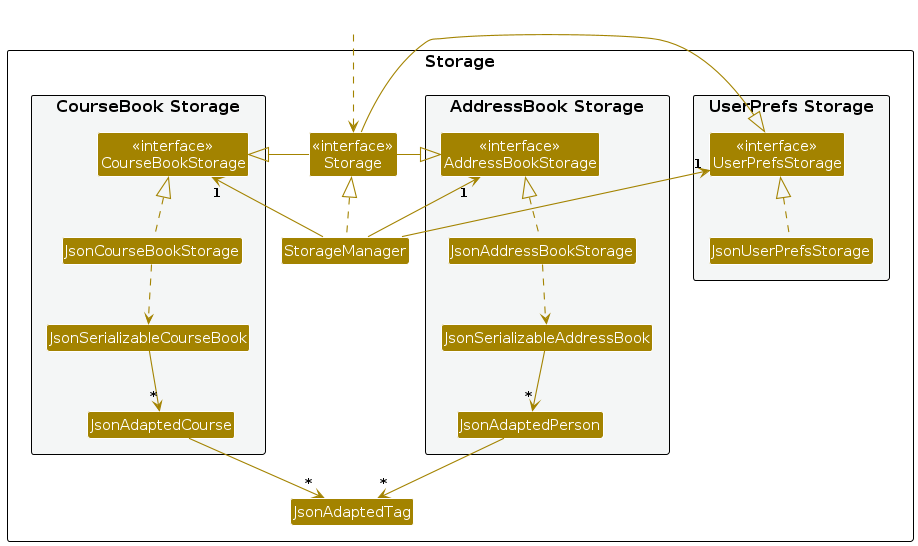
Before: diagrams/StorageClassDiagram.png, a diagram exported from PlantUML (Beastarz/tp). Its source is kept beside it as diagrams/StorageClassDiagram.puml.
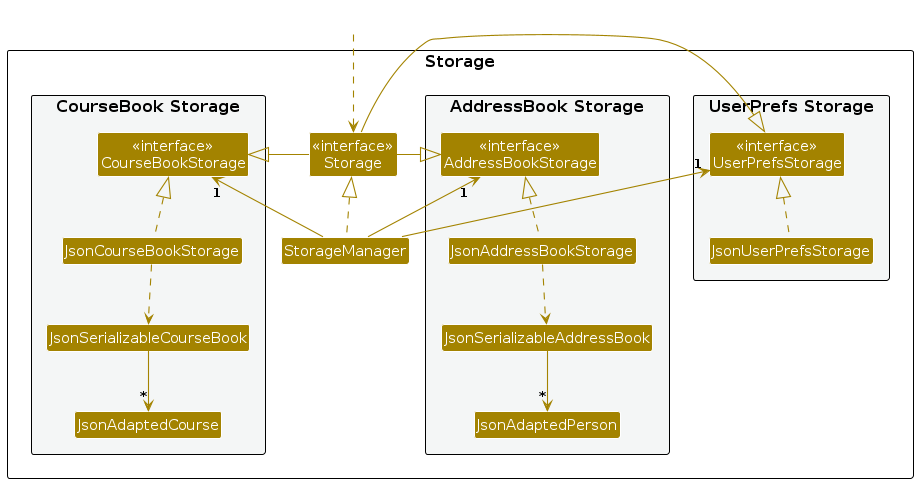
After the change.

What changed in the source:
```diff
@@ -28,7 +28,7 @@
 Class JsonAdaptedCourse
 }
 
-class JsonAdaptedTag
+
 
 }
 
@@ -49,9 +49,8 @@
 JsonCourseBookStorage .up.|> CourseBookStorage
 JsonAddressBookStorage ..> JsonSerializableAddressBook
 JsonSerializableAddressBook --> "*" JsonAdaptedPerson
-JsonAdaptedPerson --> "*" JsonAdaptedTag
 JsonCourseBookStorage ..> JsonSerializableCourseBook
 JsonSerializableCourseBook --> "*" JsonAdaptedCourse
-JsonAdaptedCourse --> "*" JsonAdaptedTag
+
 
 @enduml
```
